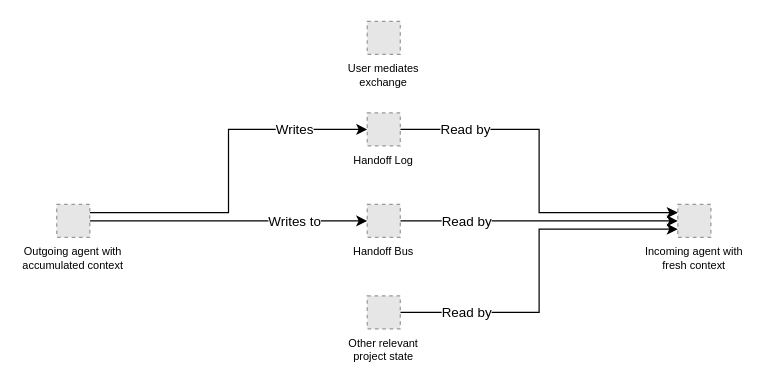
This is diagrams/framework-design/handoff.drawio from sdi2200262/bsc-apm-thesis, a draw.io file, before an edit. Source tidied: cells renumbered, new cells numbered last; positions are measured from the earlier drawing's top-left corner, leaving out a move shared by most shapes. Both pictures are drawn from the tidied source at 122%, with x=0, y=0 at pixel (56, 21). Pictures stored in the file or linked from it are replaced by grey dashed boxes.
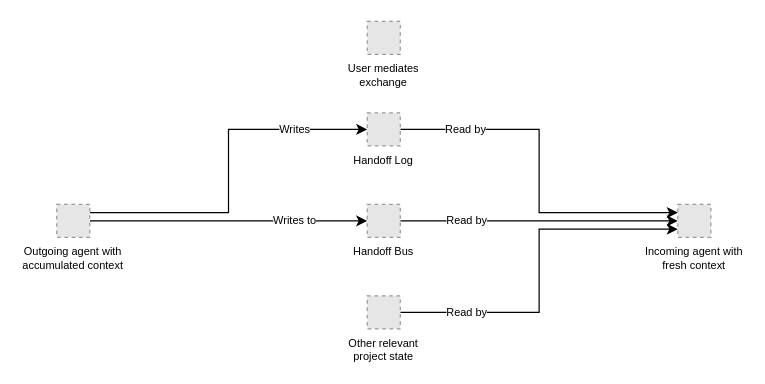
After the change.

The change refers to these unchanged cells:
```xml
<mxCell id="5" value="Other relevant&#10;project state" style="fillColor=#E6E6E6;strokeColor=#999999;dashed=1;verticalLabelPosition=bottom;labelBackgroundColor=default;verticalAlign=top;fontSize=9;" parent="2" vertex="1">
  <mxGeometry x="254.5" y="225" width="27.1" height="27.1" as="geometry" />
</mxCell>
<mxCell id="8" value="Handoff Log" style="fillColor=#E6E6E6;strokeColor=#999999;dashed=1;verticalLabelPosition=bottom;labelBackgroundColor=default;verticalAlign=top;fontSize=9;" parent="2" vertex="1">
  <mxGeometry x="254.5" y="75" width="27.1" height="27.1" as="geometry" />
</mxCell>
<mxCell id="14" value="Outgoing agent with&#10;accumulated context" style="fillColor=#E6E6E6;strokeColor=#999999;dashed=1;verticalLabelPosition=bottom;labelBackgroundColor=default;verticalAlign=top;fontSize=9;" parent="2" vertex="1">
  <mxGeometry y="150" width="27.1" height="27.1" as="geometry" />
</mxCell>
<mxCell id="17" value="Handoff Bus" style="fillColor=#E6E6E6;strokeColor=#999999;dashed=1;verticalLabelPosition=bottom;labelBackgroundColor=default;verticalAlign=top;fontSize=9;" parent="2" vertex="1">
  <mxGeometry x="254.5" y="150" width="27.1" height="27.1" as="geometry" />
</mxCell>
<mxCell id="18" value="Incoming agent with&#10;fresh context" style="fillColor=#E6E6E6;strokeColor=#999999;dashed=1;verticalLabelPosition=bottom;labelBackgroundColor=default;verticalAlign=top;fontSize=9;" parent="2" vertex="1">
  <mxGeometry x="509.1" y="150" width="27.1" height="27.1" as="geometry" />
</mxCell>
```

What changed in the source:
```diff
@@
-    <mxCell id="2" style="group;" parent="1" vertex="1">
+    <mxCell id="2" style="group;fontSize=9;" parent="1" vertex="1">
       <mxGeometry width="560" height="255" as="geometry" />
     </mxCell>
-    <mxCell id="3" style="edgeStyle=orthogonalEdgeStyle;rounded=0;jettySize=auto;html=1;exitX=1;exitY=0.5;exitDx=0;exitDy=0;entryX=0;entryY=0.75;entryDx=0;entryDy=0;" parent="2" edge="1" source="5" target="18">
+    <mxCell id="3" style="edgeStyle=orthogonalEdgeStyle;rounded=0;jettySize=auto;html=1;exitX=1;exitY=0.5;exitDx=0;exitDy=0;entryX=0;entryY=0.75;entryDx=0;entryDy=0;fontSize=9;" parent="2" edge="1" source="5" target="18">
       <mxGeometry relative="1" as="geometry" />
     </mxCell>
-    <mxCell id="4" value="Read by" style="edgeLabel;html=1;align=center;verticalAlign=middle;" parent="3" vertex="1">
+    <mxCell id="4" value="Read by" style="edgeLabel;html=1;align=center;verticalAlign=middle;fontSize=9;" parent="3" vertex="1">
       <mxGeometry x="-0.56" relative="1" as="geometry">
         <mxPoint x="-11" as="offset" />
       </mxGeometry>
     </mxCell>
@@
-    <mxCell id="6" style="edgeStyle=orthogonalEdgeStyle;rounded=0;jettySize=auto;html=1;exitX=1;exitY=0.5;exitDx=0;exitDy=0;entryX=0;entryY=0.25;entryDx=0;entryDy=0;" parent="2" edge="1" source="8" target="18">
+    <mxCell id="6" style="edgeStyle=orthogonalEdgeStyle;rounded=0;jettySize=auto;html=1;exitX=1;exitY=0.5;exitDx=0;exitDy=0;entryX=0;entryY=0.25;entryDx=0;entryDy=0;fontSize=9;" parent="2" edge="1" source="8" target="18">
       <mxGeometry relative="1" as="geometry" />
     </mxCell>
-    <mxCell id="7" value="Read by" style="edgeLabel;html=1;align=center;verticalAlign=middle;" parent="6" vertex="1">
+    <mxCell id="7" value="Read by" style="edgeLabel;html=1;align=center;verticalAlign=middle;fontSize=9;" parent="6" vertex="1">
       <mxGeometry x="-0.56" relative="1" as="geometry">
         <mxPoint x="-12" as="offset" />
       </mxGeometry>
     </mxCell>
@@
-    <mxCell id="10" style="edgeStyle=orthogonalEdgeStyle;rounded=0;jettySize=auto;html=1;exitX=1;exitY=0.25;exitDx=0;exitDy=0;entryX=0;entryY=0.5;entryDx=0;entryDy=0;" parent="2" edge="1" source="14" target="8">
+    <mxCell id="10" style="edgeStyle=orthogonalEdgeStyle;rounded=0;jettySize=auto;html=1;exitX=1;exitY=0.25;exitDx=0;exitDy=0;entryX=0;entryY=0.5;entryDx=0;entryDy=0;fontSize=9;" parent="2" edge="1" source="14" target="8">
       <mxGeometry relative="1" as="geometry" />
     </mxCell>
-    <mxCell id="11" value="Writes" style="edgeLabel;html=1;align=center;verticalAlign=middle;" parent="10" vertex="1">
+    <mxCell id="11" value="Writes" style="edgeLabel;html=1;align=center;verticalAlign=middle;fontSize=9;" parent="10" vertex="1">
       <mxGeometry x="0.04" y="1" relative="1" as="geometry">
         <mxPoint x="55" y="-28" as="offset" />
       </mxGeometry>
     </mxCell>
-    <mxCell id="12" style="edgeStyle=orthogonalEdgeStyle;rounded=0;jettySize=auto;html=1;exitX=1;exitY=0.5;exitDx=0;exitDy=0;entryX=0;entryY=0.5;entryDx=0;entryDy=0;" parent="2" edge="1" source="14" target="17">
+    <mxCell id="12" style="edgeStyle=orthogonalEdgeStyle;rounded=0;jettySize=auto;html=1;exitX=1;exitY=0.5;exitDx=0;exitDy=0;entryX=0;entryY=0.5;entryDx=0;entryDy=0;fontSize=9;" parent="2" edge="1" source="14" target="17">
       <mxGeometry relative="1" as="geometry" />
     </mxCell>
-    <mxCell id="13" value="Writes to" style="edgeLabel;html=1;align=center;verticalAlign=middle;" parent="12" vertex="1">
+    <mxCell id="13" value="Writes to" style="edgeLabel;html=1;align=center;verticalAlign=middle;fontSize=9;" parent="12" vertex="1">
       <mxGeometry x="0.49" y="-1" relative="1" as="geometry">
         <mxPoint x="-2" y="-1" as="offset" />
       </mxGeometry>
     </mxCell>
@@
-    <mxCell id="15" style="edgeStyle=orthogonalEdgeStyle;rounded=0;jettySize=auto;html=1;exitX=1;exitY=0.5;exitDx=0;exitDy=0;entryX=0;entryY=0.5;entryDx=0;entryDy=0;" parent="2" edge="1" source="17" target="18">
+    <mxCell id="15" style="edgeStyle=orthogonalEdgeStyle;rounded=0;jettySize=auto;html=1;exitX=1;exitY=0.5;exitDx=0;exitDy=0;entryX=0;entryY=0.5;entryDx=0;entryDy=0;fontSize=9;" parent="2" edge="1" source="17" target="18">
       <mxGeometry relative="1" as="geometry" />
     </mxCell>
-    <mxCell id="16" value="Read by" style="edgeLabel;html=1;align=center;verticalAlign=middle;" parent="15" vertex="1">
+    <mxCell id="16" value="Read by" style="edgeLabel;html=1;align=center;verticalAlign=middle;fontSize=9;" parent="15" vertex="1">
       <mxGeometry x="-0.44" y="1" relative="1" as="geometry">
         <mxPoint x="-10" y="1" as="offset" />
       </mxGeometry>
     </mxCell>
```
